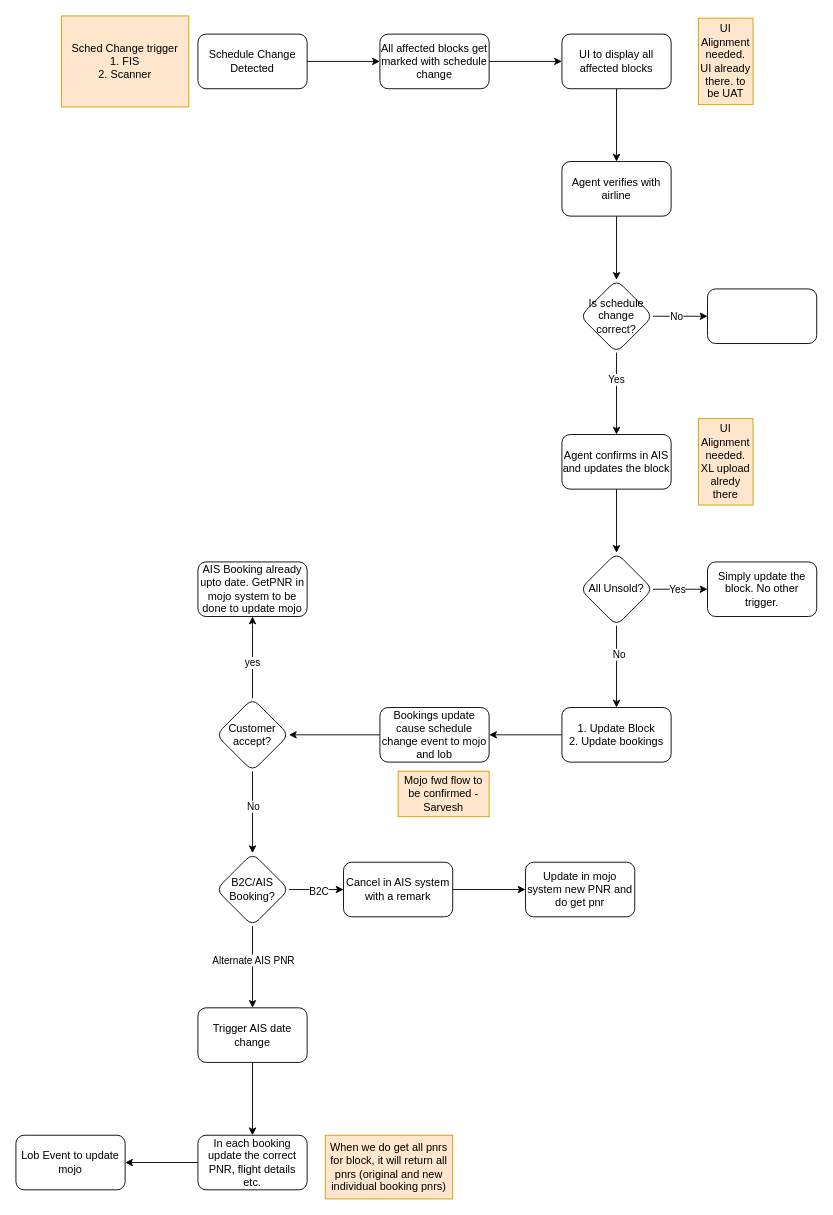
Above: AIS-Schedule-Change.drawio in ravi-jain/system-design (draw.io), before the change. Source tidied: cells renumbered, new cells numbered last; positions are measured from the earlier drawing's top-left corner, leaving out a move shared by most shapes. Both pictures are drawn from the tidied source at 91%, with x=0, y=0 at pixel (15, 15).
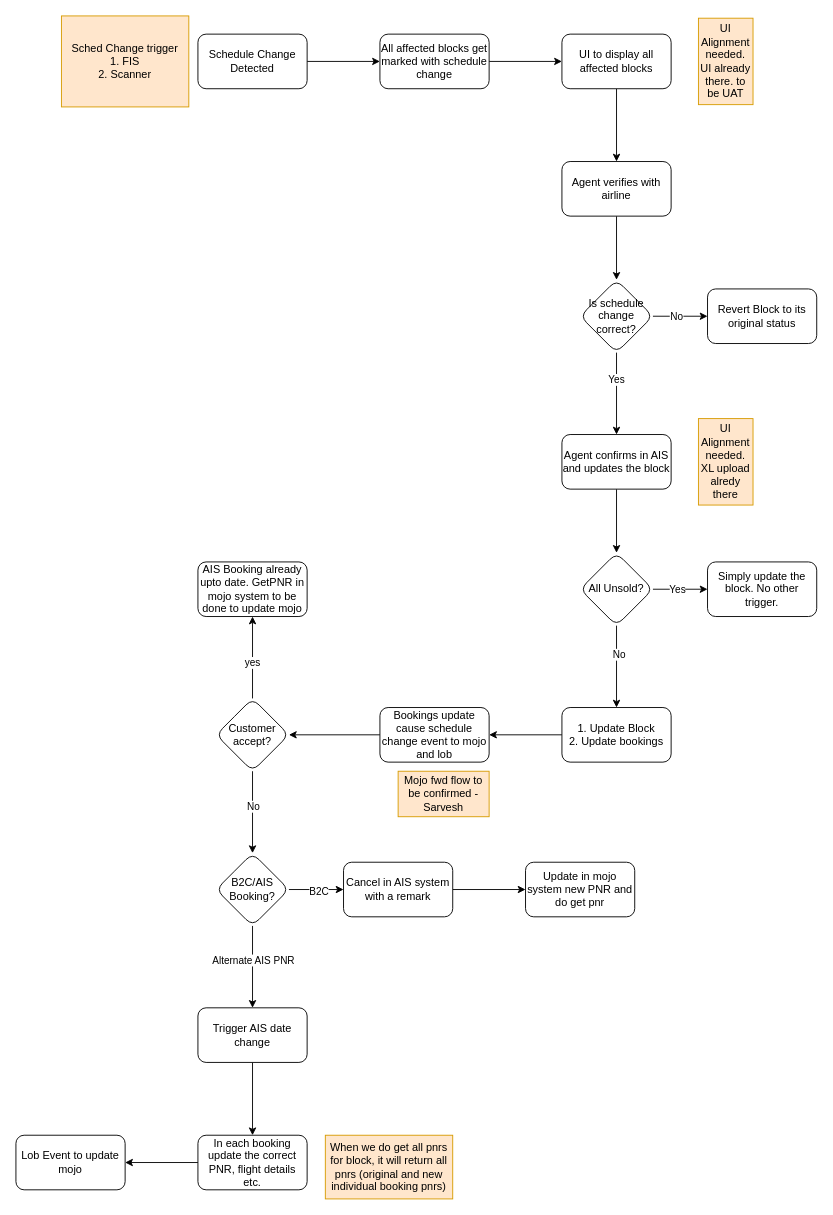
The same page after the edit.

Diff of the diagram source:
```diff
@@
-    <mxCell id="15" style="whiteSpace=wrap;html=1;rounded=1;" parent="1" vertex="1">
+    <mxCell id="15" value="Revert Block to its original status" style="whiteSpace=wrap;html=1;rounded=1;" parent="1" vertex="1">
       <mxGeometry x="760" y="300" width="120" height="60" as="geometry" />
     </mxCell>
```
